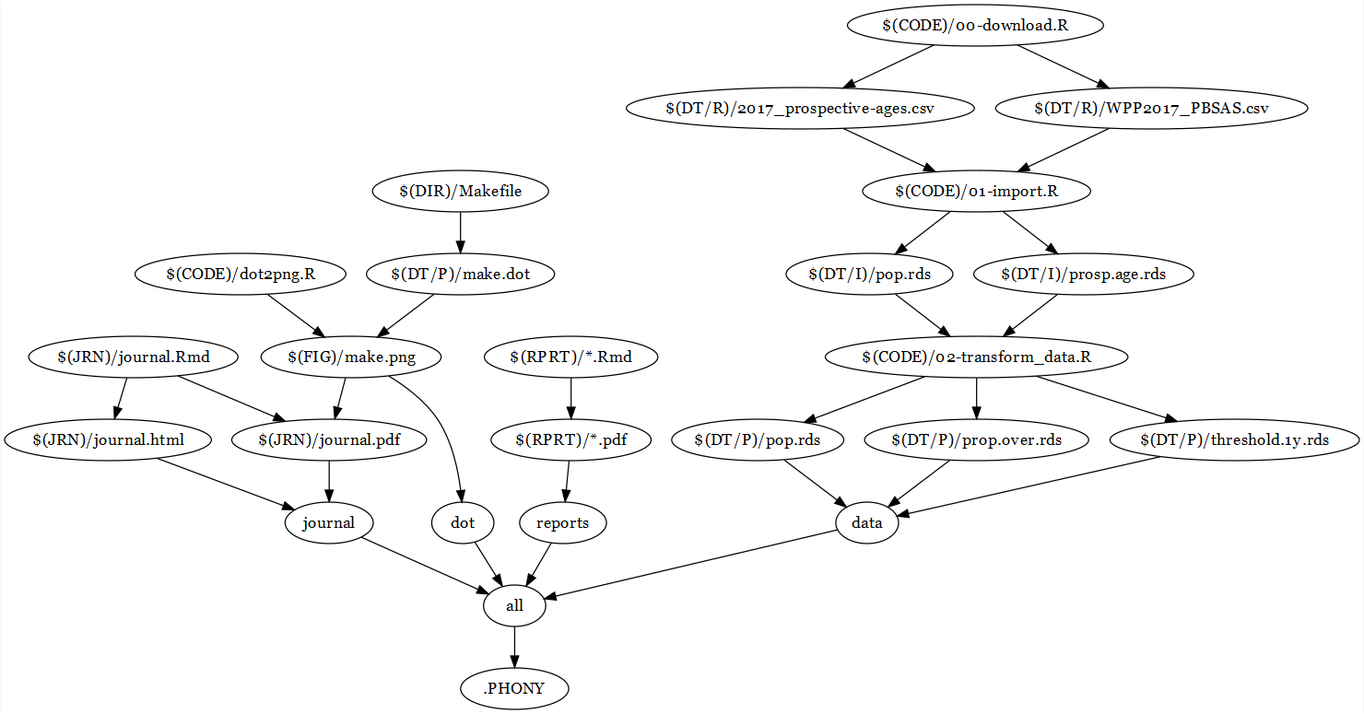
majazaloznik/2018-prospective_ageing_talk keeps this Graphviz diagram as figures/make.png. Above is the earlier version. Its source is kept beside it as data/processed/make.dot.
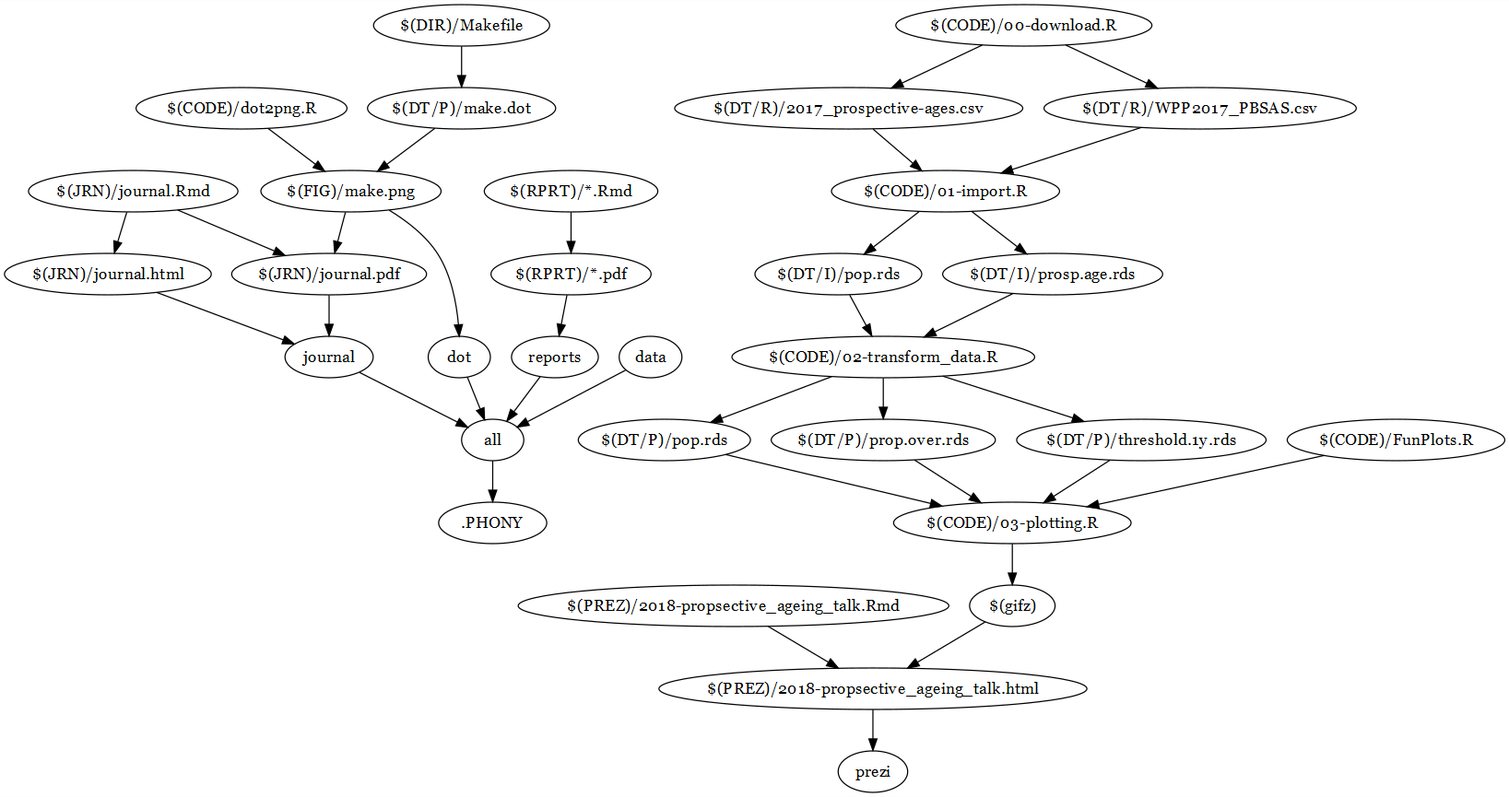
Later version of the same file.

Diff of the diagram source:
```diff
@@ -26,10 +26,18 @@
 	"$(FIG)/make.png" -> "$(JRN)/journal.pdf"
 	"$(JRN)/journal.html"
 	"$(JRN)/journal.Rmd" -> "$(JRN)/journal.html"
-	"data"
-	"$(DT/P)/pop.rds" -> "data"
-	"$(DT/P)/prop.over.rds" -> "data"
-	"$(DT/P)/threshold.1y.rds" -> "data"
+	"prezi"
+	"$(PREZ)/2018-propsective_ageing_talk.html" -> "prezi"
+	"$(PREZ)/2018-propsective_ageing_talk.html"
+	"$(PREZ)/2018-propsective_ageing_talk.Rmd" -> "$(PREZ)/2018-propsective_ageing_talk.html"
+	"$(gifz)" -> "$(PREZ)/2018-propsective_ageing_talk.html"
+	"$(gifz)"
+	"$(CODE)/03-plotting.R" -> "$(gifz)"
+	"$(CODE)/03-plotting.R"
+	"$(DT/P)/pop.rds" -> "$(CODE)/03-plotting.R"
+	"$(DT/P)/prop.over.rds" -> "$(CODE)/03-plotting.R"
+	"$(DT/P)/threshold.1y.rds" -> "$(CODE)/03-plotting.R"
+	"$(CODE)/FunPlots.R" -> "$(CODE)/03-plotting.R"
 	"$(DT/P)/pop.rds"
 	"$(CODE)/02-transform_data.R" -> "$(DT/P)/pop.rds"
 	"$(DT/P)/prop.over.rds"
```
